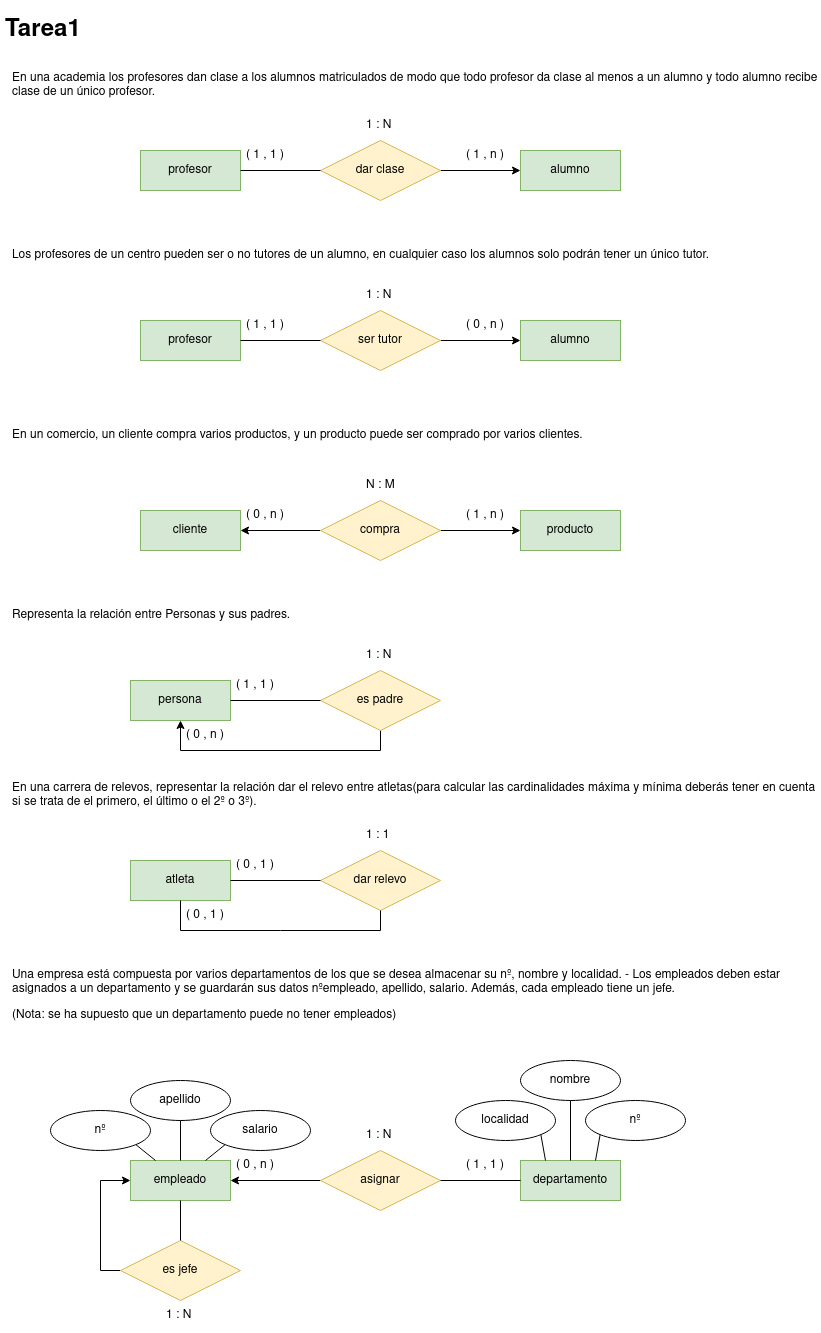
Earlier version of the draw.io export tareasER/tarea1.png (javigh193/bae). Source tidied: cells renumbered, new cells last; positions are measured from the earlier drawing's top-left corner, leaving out a move shared by most shapes.
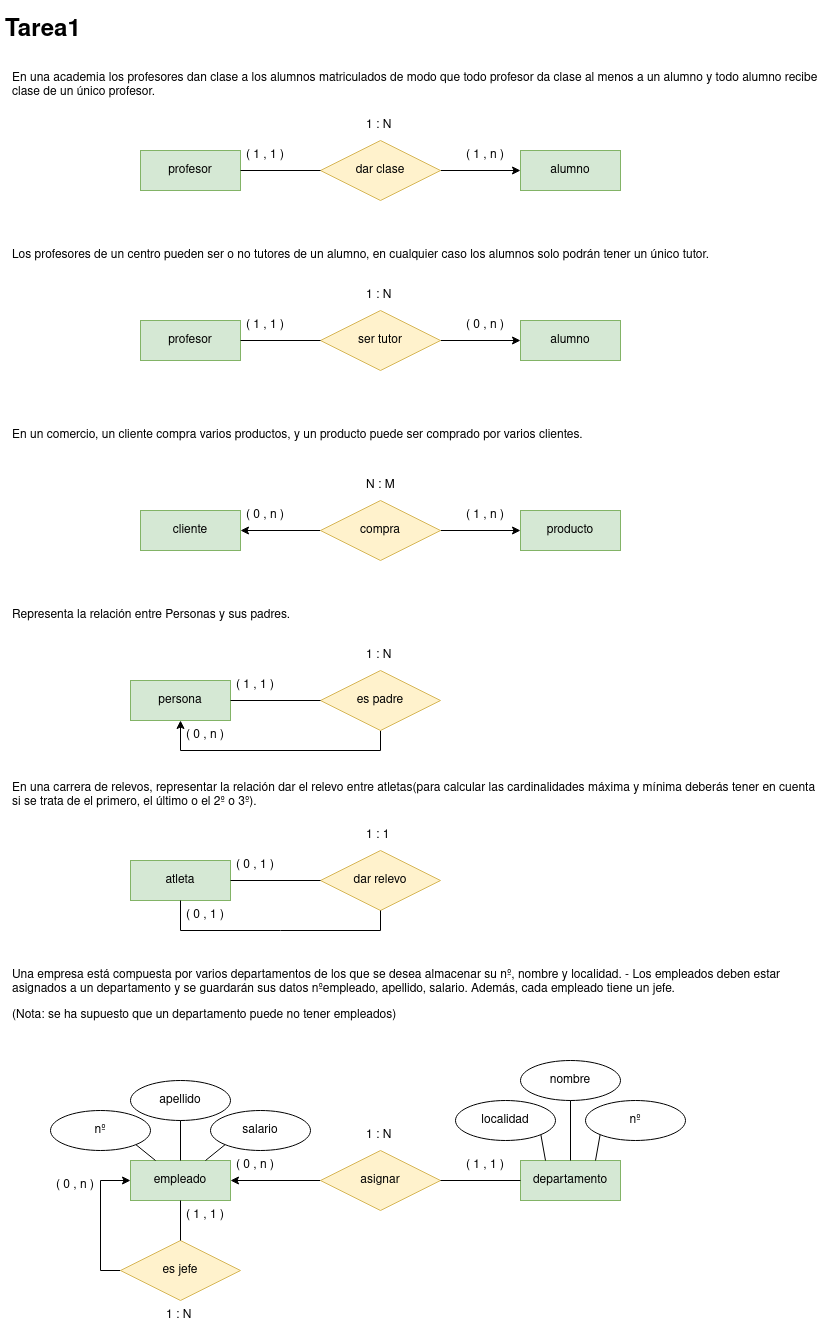
After the change.

The edit, as a diff of the source:
```diff
@@ -225,5 +225,11 @@
     <mxCell id="70" style="endArrow=none;html=1;rounded=0;exitX=0;exitY=1;exitDx=0;exitDy=0;entryX=0.75;entryY=0;entryDx=0;entryDy=0;" parent="1" edge="1" source="55" target="48">
       <mxGeometry relative="1" as="geometry" />
     </mxCell>
+    <mxCell id="71" value="( 1 , 1 )" style="text;strokeColor=none;fillColor=none;spacingLeft=4;spacingRight=4;overflow=hidden;fontSize=12;" parent="1" vertex="1">
+      <mxGeometry x="180" y="1190" width="60" height="30" as="geometry" />
+    </mxCell>
+    <mxCell id="72" value="( 0 , n )" style="text;strokeColor=none;fillColor=none;spacingLeft=4;spacingRight=4;overflow=hidden;fontSize=12;" parent="1" vertex="1">
+      <mxGeometry x="50" y="1160" width="60" height="30" as="geometry" />
+    </mxCell>
   </root>
 </mxGraphModel>
```
